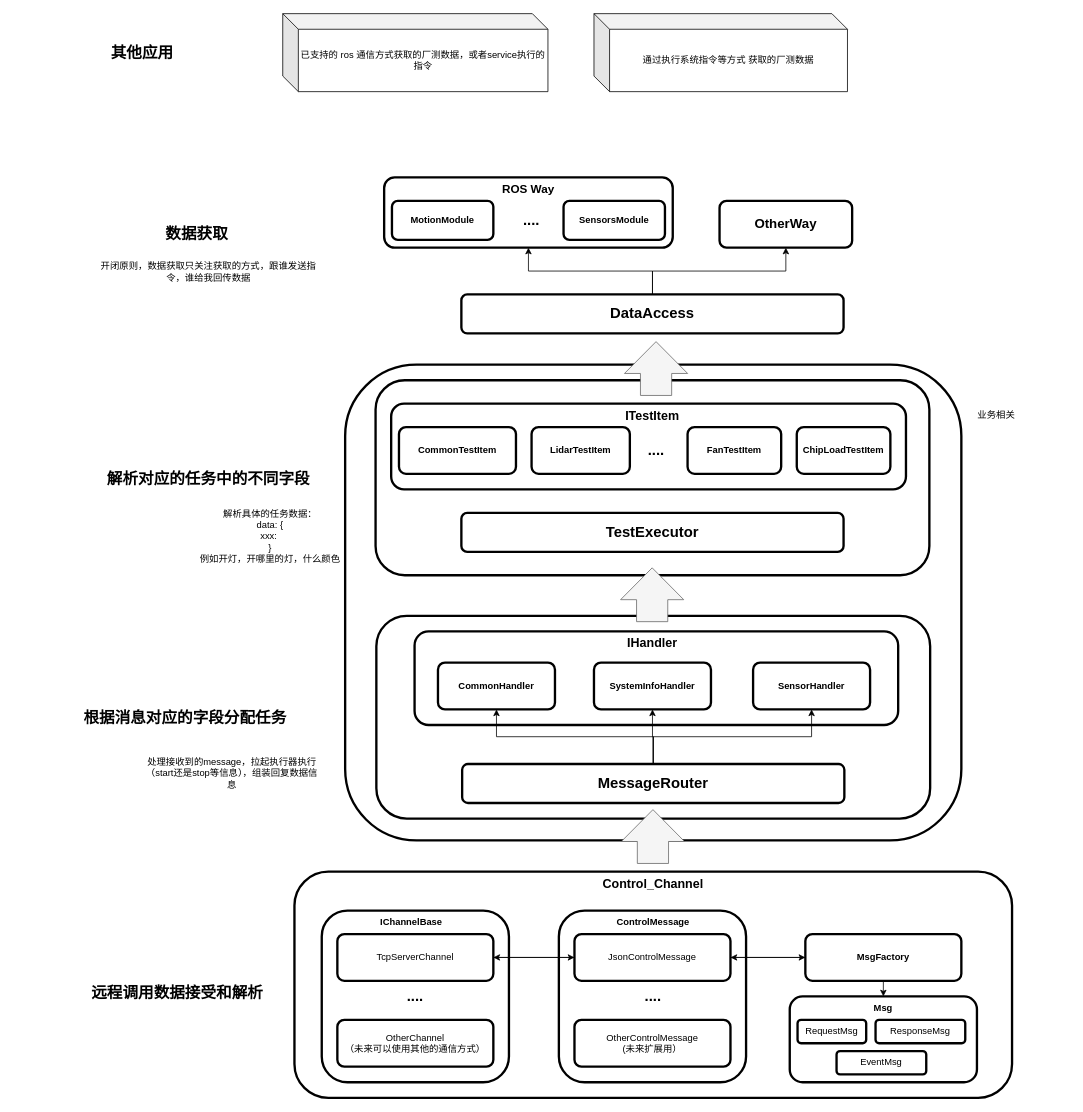
Before: page "厂测工具项目架构图" (2 of 5) of 厂测工具方案.drawio in Jev0987/drawioFile, a draw.io diagram. Source tidied: cells renumbered, new cells numbered last; positions are measured from the earlier drawing's top-left corner, leaving out a move shared by most shapes. Both pictures are drawn from the tidied source at 78%, with x=0, y=0 at pixel (56, 13).
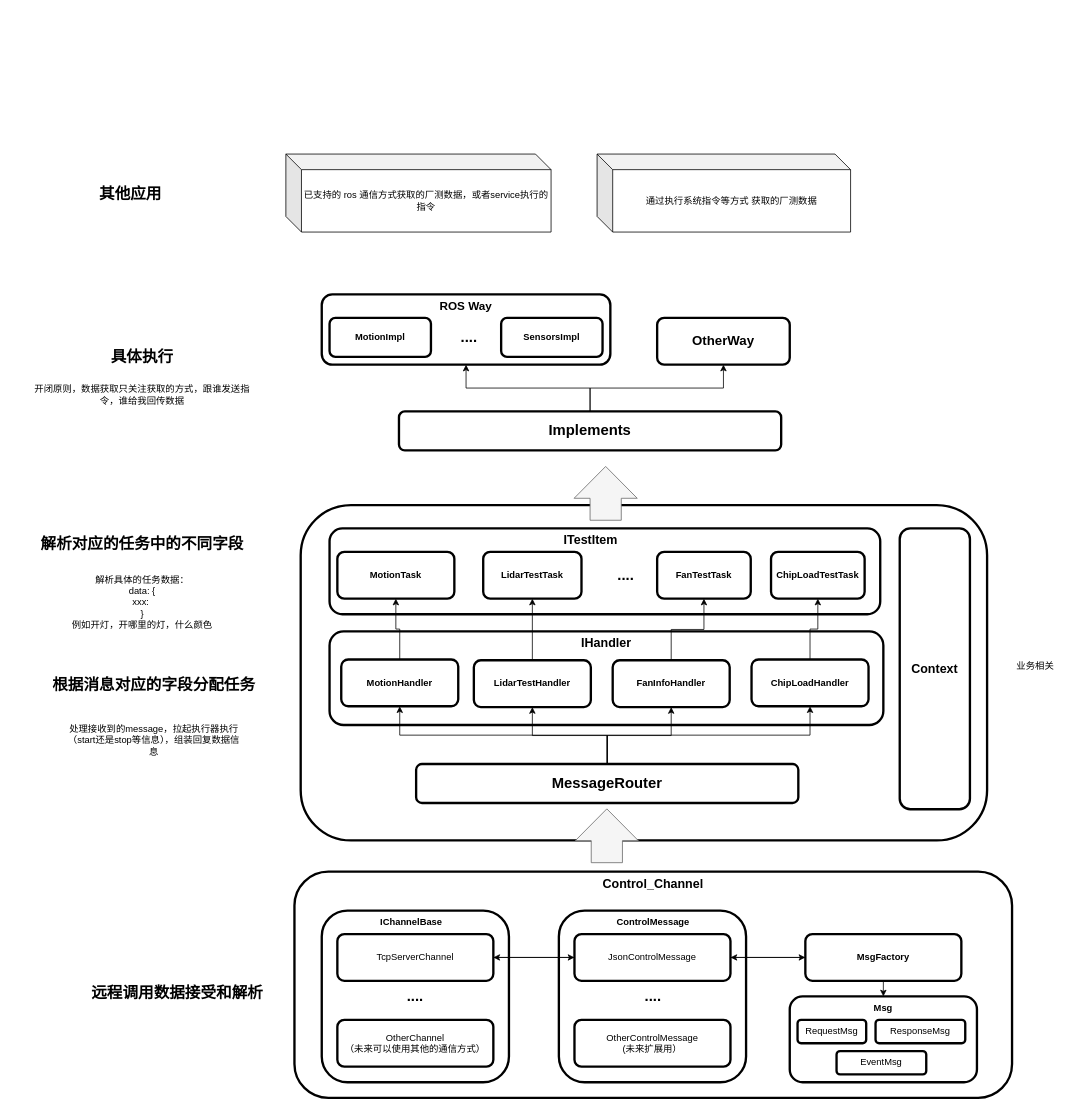
The same page after the edit.

Commit message:
更新厂测工具方案.drawio

Change to the diagram source:
```diff
@@
     <mxCell id="2" style="rounded=1;whiteSpace=wrap;html=1;strokeWidth=3;" parent="1" vertex="1">
-      <mxGeometry x="370" y="450" width="790" height="610" as="geometry" />
+      <mxGeometry x="313" y="630" width="880" height="430" as="geometry" />
     </mxCell>
     <mxCell id="3" style="rounded=1;whiteSpace=wrap;html=1;strokeWidth=3;" parent="1" vertex="1">
-      <mxGeometry x="420" y="210" width="370" height="90" as="geometry" />
+      <mxGeometry x="340" y="360" width="370" height="90" as="geometry" />
     </mxCell>
-    <mxCell id="4" style="rounded=1;whiteSpace=wrap;html=1;strokeWidth=3;" parent="1" vertex="1">
-      <mxGeometry x="409" y="470" width="710" height="250" as="geometry" />
-    </mxCell>
     <mxCell id="5" style="rounded=1;whiteSpace=wrap;html=1;strokeWidth=3;" parent="1" vertex="1">
-      <mxGeometry x="429" y="500" width="660" height="110" as="geometry" />
+      <mxGeometry x="350" y="660" width="706" height="110" as="geometry" />
     </mxCell>
-    <mxCell id="6" style="rounded=1;whiteSpace=wrap;html=1;strokeWidth=3;" parent="1" vertex="1">
-      <mxGeometry x="410" y="772" width="710" height="260" as="geometry" />
-    </mxCell>
     <mxCell id="7" style="rounded=1;whiteSpace=wrap;html=1;strokeWidth=3;" parent="1" vertex="1">
-      <mxGeometry x="459" y="792" width="620" height="120" as="geometry" />
+      <mxGeometry x="350" y="792" width="710" height="120" as="geometry" />
     </mxCell>
@@
+    <mxCell id="68" style="edgeStyle=orthogonalEdgeStyle;rounded=0;jettySize=auto;html=1;exitX=0.5;exitY=0;exitDx=0;exitDy=0;entryX=0.5;entryY=1;entryDx=0;entryDy=0;" parent="1" edge="1" source="34" target="74">
+      <mxGeometry relative="1" as="geometry" />
+    </mxCell>
     <mxCell id="34" value="&lt;b&gt;&lt;font style=&quot;font-size: 19px;&quot;&gt;MessageRouter&lt;/font&gt;&lt;/b&gt;" style="rounded=1;whiteSpace=wrap;html=1;strokeWidth=3;" parent="1" vertex="1">
-      <mxGeometry x="520" y="962" width="490" height="50" as="geometry" />
+      <mxGeometry x="461" y="962" width="490" height="50" as="geometry" />
     </mxCell>
+    <mxCell id="69" style="edgeStyle=orthogonalEdgeStyle;rounded=0;jettySize=auto;html=1;exitX=0.5;exitY=0;exitDx=0;exitDy=0;entryX=0.5;entryY=1;entryDx=0;entryDy=0;" parent="1" edge="1" source="35" target="40">
+      <mxGeometry relative="1" as="geometry" />
+    </mxCell>
-    <mxCell id="35" value="&lt;b&gt;CommonHandler&lt;/b&gt;" style="rounded=1;whiteSpace=wrap;html=1;strokeWidth=3;" parent="1" vertex="1">
-      <mxGeometry x="489" y="832" width="150" height="60" as="geometry" />
+    <mxCell id="35" value="&lt;b&gt;MotionHandler&lt;/b&gt;" style="rounded=1;whiteSpace=wrap;html=1;strokeWidth=3;" parent="1" vertex="1">
+      <mxGeometry x="365" y="828" width="150" height="60" as="geometry" />
     </mxCell>
+    <mxCell id="70" style="edgeStyle=orthogonalEdgeStyle;rounded=0;jettySize=auto;html=1;exitX=0.5;exitY=0;exitDx=0;exitDy=0;entryX=0.5;entryY=1;entryDx=0;entryDy=0;" parent="1" edge="1" source="36" target="41">
+      <mxGeometry relative="1" as="geometry" />
+    </mxCell>
-    <mxCell id="36" value="&lt;b&gt;SystemInfoHandler&lt;/b&gt;" style="rounded=1;whiteSpace=wrap;html=1;strokeWidth=3;" parent="1" vertex="1">
-      <mxGeometry x="689" y="832" width="150" height="60" as="geometry" />
+    <mxCell id="36" value="&lt;b&gt;LidarTestHandler&lt;/b&gt;" style="rounded=1;whiteSpace=wrap;html=1;strokeWidth=3;" parent="1" vertex="1">
+      <mxGeometry x="535" y="829" width="150" height="60" as="geometry" />
     </mxCell>
+    <mxCell id="71" style="edgeStyle=orthogonalEdgeStyle;rounded=0;jettySize=auto;html=1;exitX=0.5;exitY=0;exitDx=0;exitDy=0;entryX=0.5;entryY=1;entryDx=0;entryDy=0;" parent="1" edge="1" source="37" target="43">
+      <mxGeometry relative="1" as="geometry" />
+    </mxCell>
-    <mxCell id="37" value="&lt;b&gt;SensorHandler&lt;/b&gt;" style="rounded=1;whiteSpace=wrap;html=1;strokeWidth=3;" parent="1" vertex="1">
-      <mxGeometry x="893" y="832" width="150" height="60" as="geometry" />
+    <mxCell id="37" value="&lt;b&gt;FanInfoHandler&lt;/b&gt;" style="rounded=1;whiteSpace=wrap;html=1;strokeWidth=3;" parent="1" vertex="1">
+      <mxGeometry x="713" y="829" width="150" height="60" as="geometry" />
     </mxCell>
     <mxCell id="38" value="&lt;b&gt;IHandler&lt;/b&gt;" style="text;html=1;whiteSpace=wrap;strokeColor=none;fillColor=none;align=center;verticalAlign=middle;rounded=0;strokeWidth=1;fontSize=16;" parent="1" vertex="1">
-      <mxGeometry x="679" y="792" width="170" height="30" as="geometry" />
+      <mxGeometry x="620" y="792" width="170" height="30" as="geometry" />
     </mxCell>
-    <mxCell id="39" value="&lt;b&gt;&lt;font style=&quot;font-size: 19px;&quot;&gt;TestExecutor&lt;/font&gt;&lt;/b&gt;" style="rounded=1;whiteSpace=wrap;html=1;strokeWidth=3;" parent="1" vertex="1">
-      <mxGeometry x="519" y="640" width="490" height="50" as="geometry" />
-    </mxCell>
-    <mxCell id="40" value="&lt;b&gt;CommonTestItem&lt;/b&gt;" style="rounded=1;whiteSpace=wrap;html=1;strokeWidth=3;" parent="1" vertex="1">
-      <mxGeometry x="439" y="530" width="150" height="60" as="geometry" />
+    <mxCell id="40" value="&lt;b&gt;MotionTask&lt;/b&gt;" style="rounded=1;whiteSpace=wrap;html=1;strokeWidth=3;" parent="1" vertex="1">
+      <mxGeometry x="360" y="690" width="150" height="60" as="geometry" />
     </mxCell>
-    <mxCell id="41" value="&lt;b&gt;LidarTestItem&lt;/b&gt;" style="rounded=1;whiteSpace=wrap;html=1;strokeWidth=3;" parent="1" vertex="1">
-      <mxGeometry x="609" y="530" width="126" height="60" as="geometry" />
+    <mxCell id="41" value="&lt;b&gt;LidarTestTask&lt;/b&gt;" style="rounded=1;whiteSpace=wrap;html=1;strokeWidth=3;" parent="1" vertex="1">
+      <mxGeometry x="547" y="690" width="126" height="60" as="geometry" />
     </mxCell>
     <mxCell id="42" style="shape=flexArrow;endArrow=classic;html=1;rounded=0;endWidth=40;endSize=13.275;width=40;fillColor=#f5f5f5;strokeColor=#666666;" parent="1" edge="1">
       <mxGeometry relative="1" as="geometry">
-        <mxPoint x="764.6" y="1090" as="sourcePoint" />
-        <mxPoint x="764.6" y="1020" as="targetPoint" />
+        <mxPoint x="705.5" y="1089" as="sourcePoint" />
+        <mxPoint x="705.5" y="1019" as="targetPoint" />
       </mxGeometry>
     </mxCell>
-    <mxCell id="43" value="&lt;b&gt;FanTestItem&lt;/b&gt;" style="rounded=1;whiteSpace=wrap;html=1;strokeWidth=3;" parent="1" vertex="1">
-      <mxGeometry x="809" y="530" width="120" height="60" as="geometry" />
+    <mxCell id="43" value="&lt;b&gt;FanTestTask&lt;/b&gt;" style="rounded=1;whiteSpace=wrap;html=1;strokeWidth=3;" parent="1" vertex="1">
+      <mxGeometry x="770" y="690" width="120" height="60" as="geometry" />
     </mxCell>
-    <mxCell id="44" value="&lt;b&gt;ChipLoad&lt;/b&gt;&lt;b style=&quot;background-color: transparent; color: light-dark(rgb(0, 0, 0), rgb(255, 255, 255));&quot;&gt;TestItem&lt;/b&gt;" style="rounded=1;whiteSpace=wrap;html=1;strokeWidth=3;" parent="1" vertex="1">
-      <mxGeometry x="949" y="530" width="120" height="60" as="geometry" />
+    <mxCell id="44" value="&lt;b&gt;ChipLoad&lt;/b&gt;&lt;b style=&quot;background-color: transparent; color: light-dark(rgb(0, 0, 0), rgb(255, 255, 255));&quot;&gt;TestTask&lt;/b&gt;" style="rounded=1;whiteSpace=wrap;html=1;strokeWidth=3;" parent="1" vertex="1">
+      <mxGeometry x="916" y="690" width="120" height="60" as="geometry" />
     </mxCell>
     <mxCell id="45" value="&lt;b&gt;&lt;font style=&quot;font-size: 19px;&quot;&gt;....&lt;/font&gt;&lt;/b&gt;" style="text;html=1;whiteSpace=wrap;strokeColor=none;fillColor=none;align=center;verticalAlign=middle;rounded=0;" parent="1" vertex="1">
-      <mxGeometry x="739" y="545" width="60" height="30" as="geometry" />
+      <mxGeometry x="700" y="705" width="60" height="30" as="geometry" />
     </mxCell>
     <mxCell id="46" value="&lt;b&gt;ITestItem&lt;/b&gt;" style="text;html=1;whiteSpace=wrap;strokeColor=none;fillColor=none;align=center;verticalAlign=middle;rounded=0;strokeWidth=1;fontSize=16;" parent="1" vertex="1">
-      <mxGeometry x="679" y="500" width="170" height="30" as="geometry" />
+      <mxGeometry x="600" y="660" width="170" height="30" as="geometry" />
     </mxCell>
-    <mxCell id="47" style="shape=flexArrow;endArrow=classic;html=1;rounded=0;endWidth=40;endSize=13.275;width=40;fillColor=#f5f5f5;strokeColor=#666666;" parent="1" edge="1">
-      <mxGeometry relative="1" as="geometry">
-        <mxPoint x="763.6" y="780" as="sourcePoint" />
-        <mxPoint x="763.6" y="710" as="targetPoint" />
-      </mxGeometry>
-    </mxCell>
@@
     <mxCell id="49" value="&lt;span style=&quot;font-size: 20px;&quot;&gt;&lt;b&gt;根据消息对应的字段分配任务&lt;/b&gt;&lt;/span&gt;" style="text;html=1;whiteSpace=wrap;strokeColor=none;fillColor=none;align=center;verticalAlign=middle;rounded=0;" parent="1" vertex="1">
-      <mxGeometry y="883" width="330" height="38" as="geometry" />
+      <mxGeometry x="-40" y="840" width="330" height="38" as="geometry" />
     </mxCell>
     <mxCell id="50" value="&lt;span style=&quot;font-size: 20px;&quot;&gt;&lt;b&gt;解析对应的任务中的不同字段&lt;/b&gt;&lt;/span&gt;" style="text;html=1;whiteSpace=wrap;strokeColor=none;fillColor=none;align=center;verticalAlign=middle;rounded=0;" parent="1" vertex="1">
-      <mxGeometry x="30" y="576" width="330" height="38" as="geometry" />
+      <mxGeometry x="-55" y="660" width="330" height="38" as="geometry" />
     </mxCell>
-    <mxCell id="51" value="&lt;span style=&quot;font-size: 20px;&quot;&gt;&lt;b&gt;数据获取&lt;/b&gt;&lt;/span&gt;" style="text;html=1;whiteSpace=wrap;strokeColor=none;fillColor=none;align=center;verticalAlign=middle;rounded=0;" parent="1" vertex="1">
-      <mxGeometry x="80" y="262" width="200" height="38" as="geometry" />
+    <mxCell id="51" value="&lt;span style=&quot;font-size: 20px;&quot;&gt;&lt;b&gt;具体执行&lt;/b&gt;&lt;/span&gt;" style="text;html=1;whiteSpace=wrap;strokeColor=none;fillColor=none;align=center;verticalAlign=middle;rounded=0;" parent="1" vertex="1">
+      <mxGeometry x="10" y="420" width="200" height="38" as="geometry" />
     </mxCell>
@@
-    <mxCell id="54" value="&lt;b&gt;&lt;font style=&quot;font-size: 19px;&quot;&gt;DataAccess&lt;/font&gt;&lt;/b&gt;" style="rounded=1;whiteSpace=wrap;html=1;strokeWidth=3;" parent="1" vertex="1">
-      <mxGeometry x="519" y="360" width="490" height="50" as="geometry" />
+    <mxCell id="54" value="&lt;b&gt;&lt;font style=&quot;font-size: 19px;&quot;&gt;Implements&lt;/font&gt;&lt;/b&gt;" style="rounded=1;whiteSpace=wrap;html=1;strokeWidth=3;" parent="1" vertex="1">
+      <mxGeometry x="439" y="510" width="490" height="50" as="geometry" />
     </mxCell>
-    <mxCell id="55" value="&lt;b&gt;MotionModule&lt;/b&gt;" style="rounded=1;whiteSpace=wrap;html=1;strokeWidth=3;" parent="1" vertex="1">
-      <mxGeometry x="430" y="240" width="130" height="50" as="geometry" />
+    <mxCell id="55" value="&lt;b&gt;MotionImpl&lt;/b&gt;" style="rounded=1;whiteSpace=wrap;html=1;strokeWidth=3;" parent="1" vertex="1">
+      <mxGeometry x="350" y="390" width="130" height="50" as="geometry" />
     </mxCell>
-    <mxCell id="56" value="&lt;b&gt;SensorsModule&lt;/b&gt;" style="rounded=1;whiteSpace=wrap;html=1;strokeWidth=3;" parent="1" vertex="1">
-      <mxGeometry x="650" y="240" width="130" height="50" as="geometry" />
+    <mxCell id="56" value="&lt;b&gt;SensorsImpl&lt;/b&gt;" style="rounded=1;whiteSpace=wrap;html=1;strokeWidth=3;" parent="1" vertex="1">
+      <mxGeometry x="570" y="390" width="130" height="50" as="geometry" />
     </mxCell>
     <mxCell id="57" value="&lt;b&gt;ROS Way&lt;/b&gt;" style="text;html=1;whiteSpace=wrap;strokeColor=none;fillColor=none;align=center;verticalAlign=middle;rounded=0;fontSize=15;" parent="1" vertex="1">
-      <mxGeometry x="560" y="210" width="90" height="30" as="geometry" />
+      <mxGeometry x="480" y="360" width="90" height="30" as="geometry" />
     </mxCell>
     <mxCell id="58" value="&lt;b&gt;&lt;font style=&quot;font-size: 19px;&quot;&gt;....&lt;/font&gt;&lt;/b&gt;" style="text;html=1;whiteSpace=wrap;strokeColor=none;fillColor=none;align=center;verticalAlign=middle;rounded=0;" parent="1" vertex="1">
-      <mxGeometry x="579" y="250" width="60" height="30" as="geometry" />
+      <mxGeometry x="499" y="400" width="60" height="30" as="geometry" />
     </mxCell>
     <mxCell id="59" value="&lt;b&gt;&lt;font style=&quot;font-size: 17px;&quot;&gt;OtherWay&lt;/font&gt;&lt;/b&gt;" style="rounded=1;whiteSpace=wrap;html=1;strokeWidth=3;" parent="1" vertex="1">
-      <mxGeometry x="850" y="240" width="170" height="60" as="geometry" />
+      <mxGeometry x="770" y="390" width="170" height="60" as="geometry" />
     </mxCell>
     <mxCell id="60" style="shape=flexArrow;endArrow=classic;html=1;rounded=0;endWidth=40;endSize=13.275;width=40;fillColor=#f5f5f5;strokeColor=#666666;" parent="1" edge="1">
       <mxGeometry relative="1" as="geometry">
-        <mxPoint x="768.6" y="490" as="sourcePoint" />
-        <mxPoint x="768.6" y="420" as="targetPoint" />
+        <mxPoint x="704" y="650" as="sourcePoint" />
+        <mxPoint x="704" y="580" as="targetPoint" />
       </mxGeometry>
     </mxCell>
     <mxCell id="61" value="已支持的 ros 通信方式获取的厂测数据，或者service执行的指令" style="shape=cube;whiteSpace=wrap;html=1;boundedLbl=1;backgroundOutline=1;darkOpacity=0.05;darkOpacity2=0.1;" parent="1" vertex="1">
-      <mxGeometry x="290" width="340" height="100" as="geometry" />
+      <mxGeometry x="294" y="180" width="340" height="100" as="geometry" />
     </mxCell>
     <mxCell id="62" value="通过执行系统指令等方式 获取的厂测数据" style="shape=cube;whiteSpace=wrap;html=1;boundedLbl=1;backgroundOutline=1;darkOpacity=0.05;darkOpacity2=0.1;" parent="1" vertex="1">
-      <mxGeometry x="689" width="325" height="100" as="geometry" />
+      <mxGeometry x="693" y="180" width="325" height="100" as="geometry" />
     </mxCell>
     <mxCell id="63" value="开闭原则，数据获取只关注获取的方式，跟谁发送指令，谁给我回传数据" style="text;html=1;whiteSpace=wrap;strokeColor=none;fillColor=none;align=center;verticalAlign=middle;rounded=0;" parent="1" vertex="1">
-      <mxGeometry x="45" y="316" width="300" height="30" as="geometry" />
+      <mxGeometry x="-40" y="474" width="300" height="30" as="geometry" />
     </mxCell>
     <mxCell id="64" value="&lt;span style=&quot;font-size: 20px;&quot;&gt;&lt;b&gt;其他应用&lt;/b&gt;&lt;/span&gt;" style="text;html=1;whiteSpace=wrap;strokeColor=none;fillColor=none;align=center;verticalAlign=middle;rounded=0;" parent="1" vertex="1">
-      <mxGeometry x="10" y="31" width="200" height="38" as="geometry" />
+      <mxGeometry x="-5" y="211" width="200" height="38" as="geometry" />
     </mxCell>
     <mxCell id="65" value="解析具体的任务数据：&lt;br&gt;data: {&lt;br&gt;xxx:&amp;nbsp;&lt;br&gt;}&lt;br&gt;例如开灯，开哪里的灯，什么颜色" style="text;html=1;whiteSpace=wrap;strokeColor=none;fillColor=none;align=center;verticalAlign=middle;rounded=0;" parent="1" vertex="1">
-      <mxGeometry x="179" y="620" width="190" height="100" as="geometry" />
+      <mxGeometry x="15" y="705" width="190" height="100" as="geometry" />
     </mxCell>
     <mxCell id="66" value="处理接收到的message，拉起执行器执行（start还是stop等信息），组装回复数据信息" style="text;html=1;whiteSpace=wrap;strokeColor=none;fillColor=none;align=center;verticalAlign=middle;rounded=0;" parent="1" vertex="1">
-      <mxGeometry x="110" y="930" width="230" height="88" as="geometry" />
+      <mxGeometry x="10" y="888" width="230" height="88" as="geometry" />
     </mxCell>
     <mxCell id="67" value="业务相关" style="text;html=1;whiteSpace=wrap;strokeColor=none;fillColor=none;align=center;verticalAlign=middle;rounded=0;" parent="1" vertex="1">
-      <mxGeometry x="1160" y="500" width="90" height="30" as="geometry" />
+      <mxGeometry x="1210" y="822" width="90" height="30" as="geometry" />
     </mxCell>
+    <mxCell id="72" value="&lt;b&gt;&lt;font style=&quot;font-size: 16px;&quot;&gt;Context&lt;/font&gt;&lt;/b&gt;" style="rounded=1;whiteSpace=wrap;html=1;strokeWidth=3;" parent="1" vertex="1">
+      <mxGeometry x="1081" y="660" width="90" height="360" as="geometry" />
+    </mxCell>
+    <mxCell id="73" style="edgeStyle=orthogonalEdgeStyle;rounded=0;jettySize=auto;html=1;exitX=0.5;exitY=0;exitDx=0;exitDy=0;entryX=0.5;entryY=1;entryDx=0;entryDy=0;" parent="1" edge="1" source="74" target="44">
+      <mxGeometry relative="1" as="geometry" />
+    </mxCell>
+    <mxCell id="74" value="&lt;b&gt;ChipLoadHandler&lt;/b&gt;" style="rounded=1;whiteSpace=wrap;html=1;strokeWidth=3;" parent="1" vertex="1">
+      <mxGeometry x="891" y="828" width="150" height="60" as="geometry" />
+    </mxCell>
```
